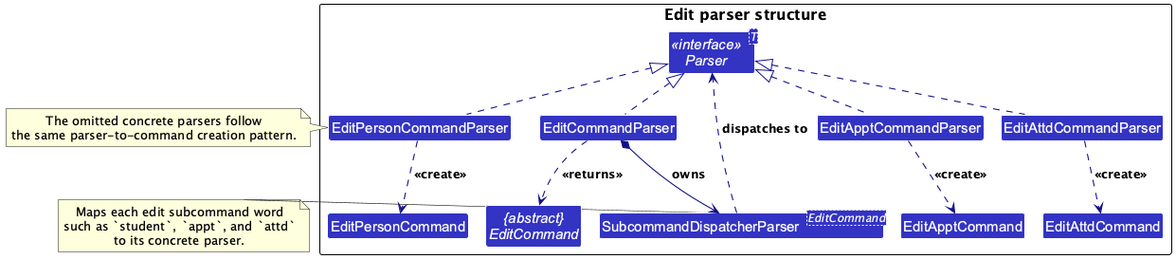
This is docs/images/EditCommandParserClassDiagram.png from khayliang/tp, a PlantUML export, as it was before one commit. The source it was exported from:
```plantuml
@startuml
!include style.puml
!pragma layout smetana
skinparam arrowThickness 1.1
skinparam arrowColor LOGIC_COLOR_T4
skinparam classBackgroundColor LOGIC_COLOR
top to bottom direction

package "Edit parser structure" {
interface "<<interface>>\nParser<T>" as Parser
class EditCommandParser
class "SubcommandDispatcherParser<EditCommand>" as Dispatcher

class EditPersonCommandParser
class EditApptCommandParser
class EditAttdCommandParser

abstract class "{abstract}\nEditCommand" as EditCommand
class EditPersonCommand
class EditApptCommand
class EditAttdCommand
}

EditCommandParser .up.|> Parser
EditPersonCommandParser .up.|> Parser
EditApptCommandParser .up.|> Parser
EditAttdCommandParser .up.|> Parser

EditCommandParser *--> Dispatcher : owns
Dispatcher ..> Parser : dispatches to
EditCommandParser ..> EditCommand : <<returns>>

EditPersonCommandParser ..> EditPersonCommand : <<create>>
EditApptCommandParser ..> EditApptCommand : <<create>>
EditAttdCommandParser ..> EditAttdCommand : <<create>>

note right of Dispatcher
Maps each edit subcommand word
such as `student`, `appt`, and `attd`
to its concrete parser.
end note

note right of EditPersonCommandParser
The omitted concrete parsers follow
the same parser-to-command creation pattern.
end note

@enduml
```
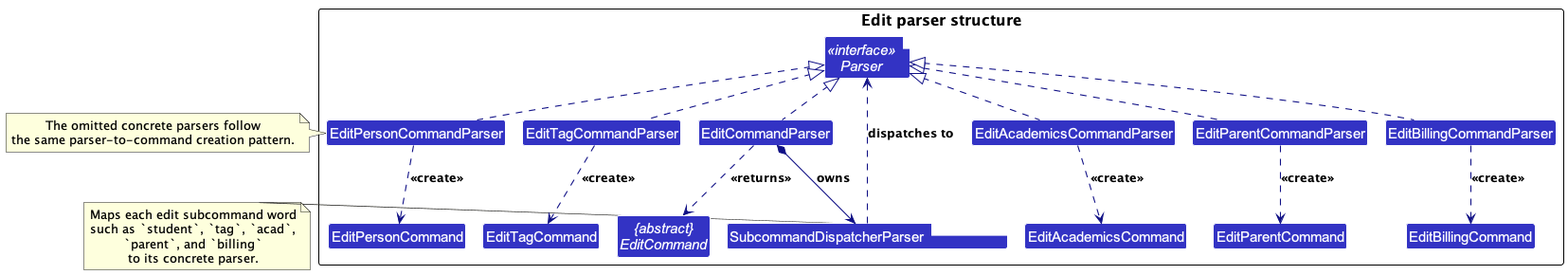
The same file after the commit.

Diff of the diagram source:
```diff
@@ -12,31 +12,40 @@
 class "SubcommandDispatcherParser<EditCommand>" as Dispatcher
 
 class EditPersonCommandParser
-class EditApptCommandParser
-class EditAttdCommandParser
+class EditTagCommandParser
+class EditAcademicsCommandParser
+class EditParentCommandParser
+class EditBillingCommandParser
 
 abstract class "{abstract}\nEditCommand" as EditCommand
 class EditPersonCommand
-class EditApptCommand
-class EditAttdCommand
+class EditTagCommand
+class EditAcademicsCommand
+class EditParentCommand
+class EditBillingCommand
 }
 
 EditCommandParser .up.|> Parser
 EditPersonCommandParser .up.|> Parser
-EditApptCommandParser .up.|> Parser
-EditAttdCommandParser .up.|> Parser
+EditTagCommandParser .up.|> Parser
+EditAcademicsCommandParser .up.|> Parser
+EditParentCommandParser .up.|> Parser
+EditBillingCommandParser .up.|> Parser
 
 EditCommandParser *--> Dispatcher : owns
 Dispatcher ..> Parser : dispatches to
 EditCommandParser ..> EditCommand : <<returns>>
 
 EditPersonCommandParser ..> EditPersonCommand : <<create>>
-EditApptCommandParser ..> EditApptCommand : <<create>>
-EditAttdCommandParser ..> EditAttdCommand : <<create>>
+EditTagCommandParser ..> EditTagCommand : <<create>>
+EditAcademicsCommandParser ..> EditAcademicsCommand : <<create>>
+EditParentCommandParser ..> EditParentCommand : <<create>>
+EditBillingCommandParser ..> EditBillingCommand : <<create>>
 
 note right of Dispatcher
 Maps each edit subcommand word
-such as `student`, `appt`, and `attd`
+such as `student`, `tag`, `acad`,
+`parent`, and `billing`
 to its concrete parser.
 end note
 
```
